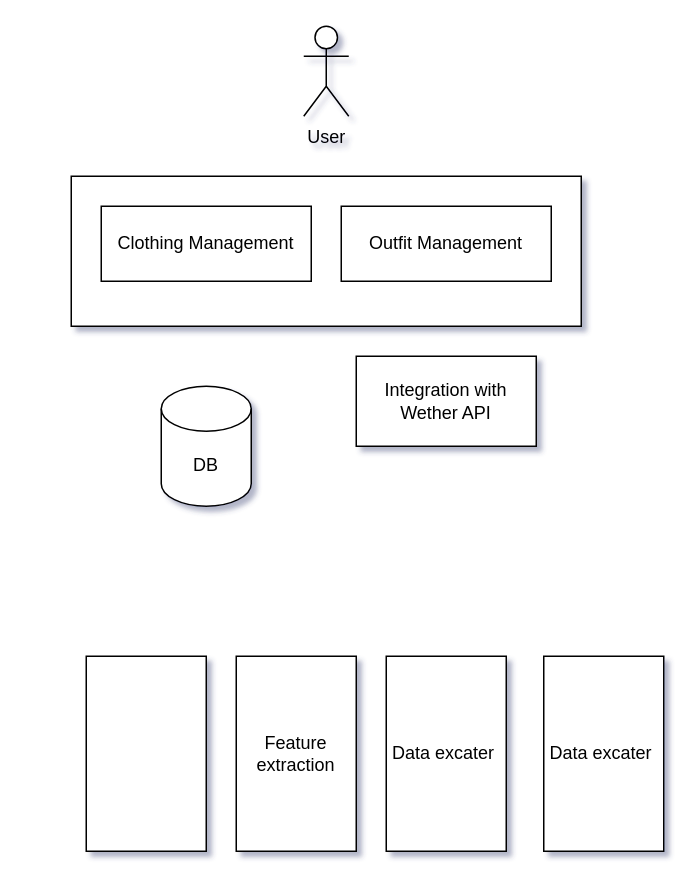
The draw.io diagram page "Page-2" (2 of 3) of sort.drawio in huangshijie/Drawio, before the edit. Source tidied: cells renumbered, new cells numbered last; positions are measured from the earlier drawing's top-left corner, leaving out a move shared by most shapes. Both pictures are drawn from the tidied source at 150%, with x=0, y=0 at pixel (70, 26).
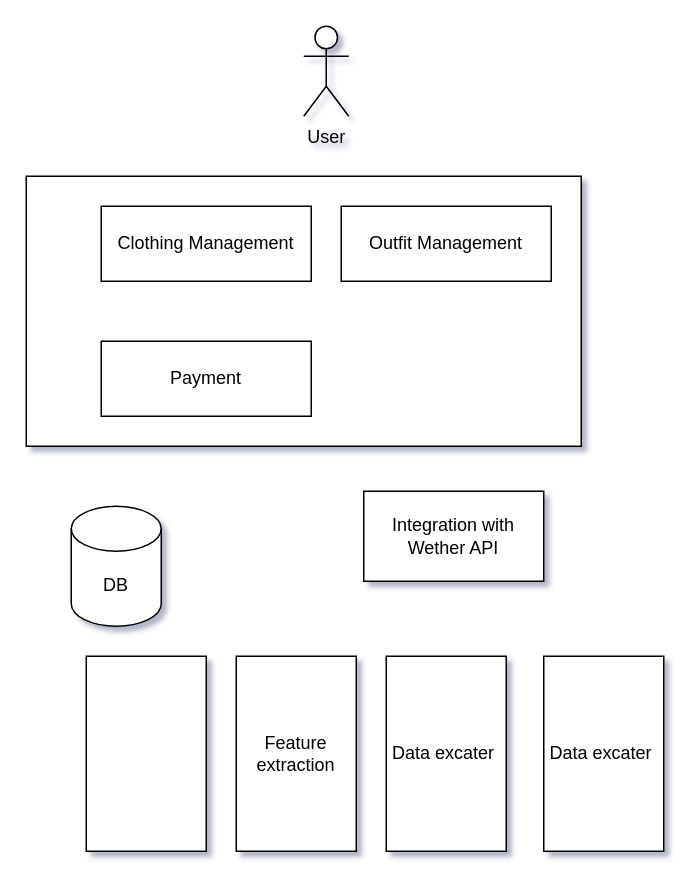
After the change.

The edit, as a diff of the source:
```diff
@@
 <mxGraphModel shadow="1">
   <root>
     <mxCell id="0" />
     <mxCell id="1" parent="0" />
     <mxCell id="2" style="rounded=0;whiteSpace=wrap;html=1;" parent="1" vertex="1">
-      <mxGeometry y="100" width="340" height="100" as="geometry" />
+      <mxGeometry x="-30" y="100" width="370" height="180" as="geometry" />
     </mxCell>
     <mxCell id="3" value="Clothing Management" style="rounded=0;whiteSpace=wrap;html=1;" parent="1" vertex="1">
       <mxGeometry x="20" y="120" width="140" height="50" as="geometry" />
     </mxCell>
     <mxCell id="4" value="Outfit Management" style="rounded=0;whiteSpace=wrap;html=1;" parent="1" vertex="1">
       <mxGeometry x="180" y="120" width="140" height="50" as="geometry" />
     </mxCell>
     <mxCell id="5" value="User" style="shape=umlActor;verticalLabelPosition=bottom;verticalAlign=top;html=1;" parent="1" vertex="1">
       <mxGeometry x="155" width="30" height="60" as="geometry" />
     </mxCell>
     <mxCell id="6" style="rounded=0;whiteSpace=wrap;html=1;" parent="1" vertex="1">
       <mxGeometry x="10" y="420" width="80" height="130" as="geometry" />
     </mxCell>
     <mxCell id="7" value="Feature extraction" style="rounded=0;whiteSpace=wrap;html=1;" parent="1" vertex="1">
       <mxGeometry x="110" y="420" width="80" height="130" as="geometry" />
     </mxCell>
     <mxCell id="8" value="Data excater&amp;nbsp;" style="rounded=0;whiteSpace=wrap;html=1;" parent="1" vertex="1">
       <mxGeometry x="210" y="420" width="80" height="130" as="geometry" />
     </mxCell>
     <mxCell id="9" value="Data excater&amp;nbsp;" style="rounded=0;whiteSpace=wrap;html=1;" parent="1" vertex="1">
       <mxGeometry x="315" y="420" width="80" height="130" as="geometry" />
     </mxCell>
     <mxCell id="10" value="DB" style="shape=cylinder3;whiteSpace=wrap;html=1;boundedLbl=1;backgroundOutline=1;size=15;" parent="1" vertex="1">
-      <mxGeometry x="60" y="240" width="60" height="80" as="geometry" />
+      <mxGeometry y="320" width="60" height="80" as="geometry" />
     </mxCell>
     <mxCell id="11" value="Integration with Wether API" style="rounded=0;whiteSpace=wrap;html=1;" parent="1" vertex="1">
-      <mxGeometry x="190" y="220" width="120" height="60" as="geometry" />
+      <mxGeometry x="195" y="310" width="120" height="60" as="geometry" />
     </mxCell>
+    <mxCell id="12" value="Payment" style="rounded=0;whiteSpace=wrap;html=1;" parent="1" vertex="1">
+      <mxGeometry x="20" y="210" width="140" height="50" as="geometry" />
+    </mxCell>
   </root>
 </mxGraphModel>
```
